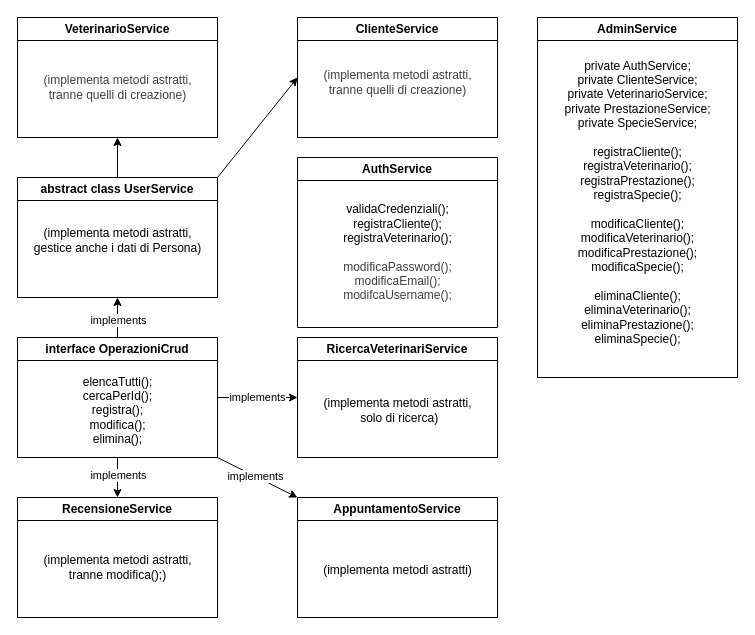
The draw.io diagram backend.drawio in Tidal-Group/PawPal, before the edit. Source tidied: cells renumbered, new cells numbered last; positions are measured from the earlier drawing's top-left corner, leaving out a move shared by most shapes. Both pictures are drawn from the tidied source at 100%, with x=0, y=0 at pixel (17, 17).
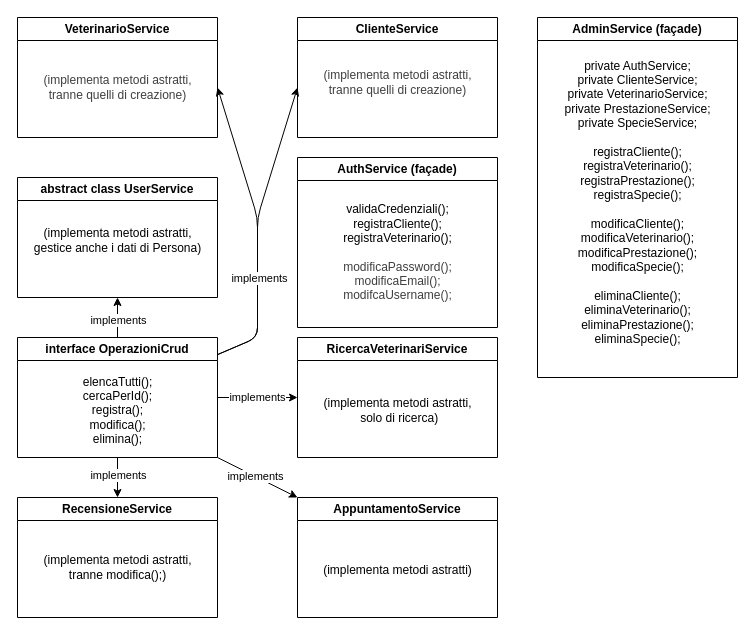
Above is the later version.

Commit message:
modificato schema uml services

Unchanged cells that the change refers to:
```xml
<mxCell id="10" value="interface OperazioniCrud" style="swimlane;whiteSpace=wrap;html=1;" parent="1" vertex="1">
  <mxGeometry y="320" width="200" height="120" as="geometry" />
</mxCell>
<mxCell id="14" value="abstract class UserService" style="swimlane;whiteSpace=wrap;html=1;" parent="1" vertex="1">
  <mxGeometry y="160" width="200" height="120" as="geometry" />
</mxCell>
<mxCell id="15" value="ClienteService" style="swimlane;whiteSpace=wrap;html=1;" parent="1" vertex="1">
  <mxGeometry x="280" width="200" height="120" as="geometry" />
</mxCell>
<mxCell id="17" value="VeterinarioService" style="swimlane;whiteSpace=wrap;html=1;" parent="1" vertex="1">
  <mxGeometry width="200" height="120" as="geometry" />
</mxCell>
```

Change to the diagram source:
```diff
@@
+    <mxCell id="30" style="edgeStyle=none;html=1;" parent="1" edge="1" source="10">
+      <mxGeometry relative="1" as="geometry">
+        <mxPoint x="200" y="70" as="targetPoint" />
+        <Array as="points">
+          <mxPoint x="240" y="320" />
+          <mxPoint x="240" y="200" />
+        </Array>
+      </mxGeometry>
+    </mxCell>
+    <mxCell id="31" style="edgeStyle=none;html=1;" parent="1" edge="1" source="10">
+      <mxGeometry relative="1" as="geometry">
+        <mxPoint x="280" y="70" as="targetPoint" />
+        <Array as="points">
+          <mxPoint x="240" y="320" />
+          <mxPoint x="240" y="200" />
+        </Array>
+      </mxGeometry>
+    </mxCell>
+    <mxCell id="32" value="implements" style="edgeLabel;html=1;align=center;verticalAlign=middle;" parent="31" vertex="1">
+      <mxGeometry x="-0.24" y="-1" relative="1" as="geometry">
+        <mxPoint y="11" as="offset" />
+      </mxGeometry>
+    </mxCell>
@@
-    <mxCell id="12" style="edgeStyle=none;html=1;entryX=0;entryY=0.5;entryDx=0;entryDy=0;exitX=1;exitY=0;exitDx=0;exitDy=0;" parent="1" edge="1" source="14" target="15">
-      <mxGeometry relative="1" as="geometry" />
-    </mxCell>
-    <mxCell id="13" style="edgeStyle=none;html=1;entryX=0.5;entryY=1;entryDx=0;entryDy=0;" parent="1" edge="1" source="14" target="17">
-      <mxGeometry relative="1" as="geometry" />
-    </mxCell>
@@
-    <mxCell id="19" value="AdminService" style="swimlane;whiteSpace=wrap;html=1;" parent="1" vertex="1">
+    <mxCell id="19" value="AdminService&amp;nbsp;&lt;span style=&quot;color: rgb(0, 0, 0);&quot;&gt;(façade)&lt;/span&gt;" style="swimlane;whiteSpace=wrap;html=1;" parent="1" vertex="1">
       <mxGeometry x="520" width="200" height="360" as="geometry" />
     </mxCell>
@@
-    <mxCell id="27" value="AuthService" style="swimlane;whiteSpace=wrap;html=1;" parent="1" vertex="1">
+    <mxCell id="27" value="AuthService (façade)" style="swimlane;whiteSpace=wrap;html=1;" parent="1" vertex="1">
       <mxGeometry x="280" y="140" width="200" height="170" as="geometry" />
     </mxCell>
```
